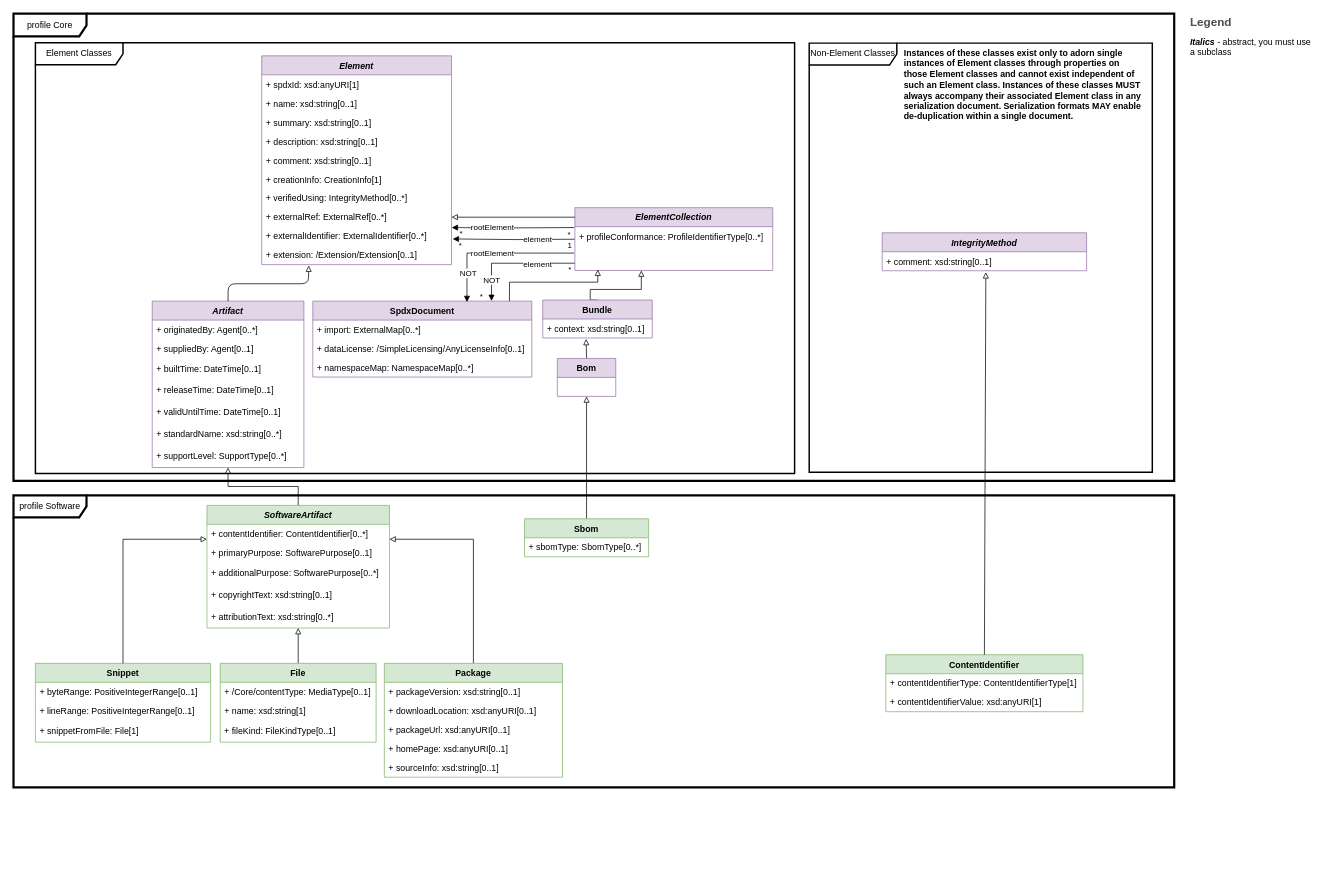
The draw.io diagram page "Software" (3 of 11) of model.drawio in spdx/spdx-3-model, before the edit. Source tidied: cells renumbered, new cells numbered last; positions are measured from the earlier drawing's top-left corner, leaving out a move shared by most shapes. Both pictures are drawn from the tidied source at 73%, with x=0, y=0 at pixel (13, 13).
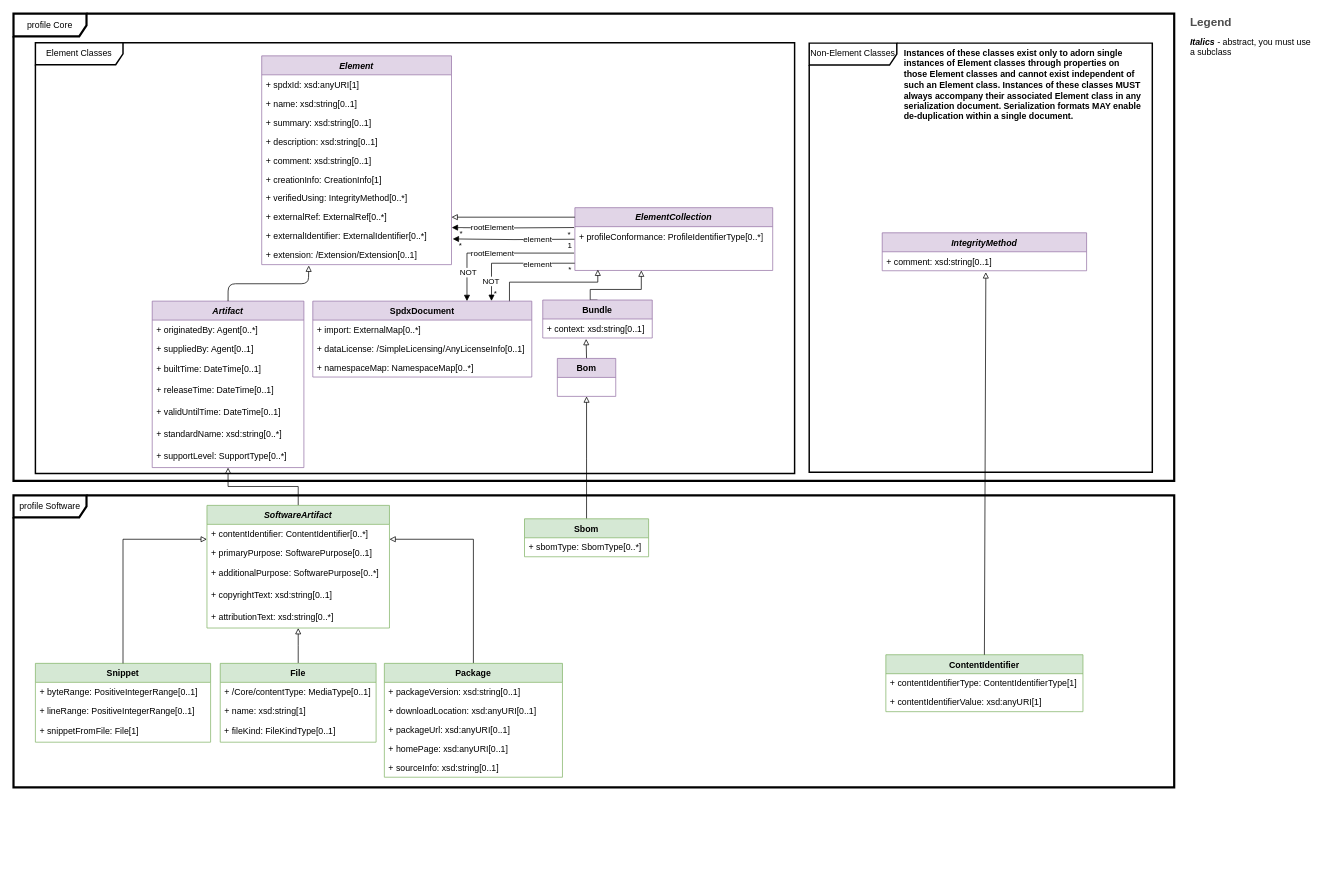
The same page after the edit.

Unchanged cells that the change refers to:
```xml
<mxCell id="26" value="&lt;font color=&quot;#000000&quot;&gt;&amp;nbsp;&lt;/font&gt;" style="text;strokeColor=none;fillColor=none;align=left;verticalAlign=middle;spacingLeft=4;spacingRight=4;overflow=hidden;points=[[0,0.5],[1,0.5]];portConstraint=eastwest;whiteSpace=wrap;html=1;fontColor=#FF0000;" parent="24" vertex="1">
  <mxGeometry y="56" width="271" height="30" as="geometry" />
</mxCell>
<mxCell id="66" value="SpdxDocument" style="swimlane;fontStyle=1;horizontal=1;startSize=26;fillColor=#e1d5e7;strokeColor=#9673a6;" parent="1" vertex="1">
  <mxGeometry x="410" y="394" width="300" height="104" as="geometry" />
</mxCell>
```

What changed in the source:
```diff
@@
-    <mxCell id="78" style="edgeStyle=orthogonalEdgeStyle;rounded=0;jettySize=auto;html=1;endArrow=block;endFill=1;entryX=0.704;entryY=0.013;entryDx=0;entryDy=0;entryPerimeter=0;exitX=-0.004;exitY=0.207;exitDx=0;exitDy=0;exitPerimeter=0;" parent="1" edge="1" source="26" target="66">
+    <mxCell id="78" style="edgeStyle=orthogonalEdgeStyle;rounded=0;jettySize=auto;html=1;endArrow=block;endFill=1;exitX=-0.004;exitY=0.207;exitDx=0;exitDy=0;exitPerimeter=0;entryX=0.704;entryY=0;entryDx=0;entryDy=0;entryPerimeter=0;" parent="1" edge="1" source="26" target="66">
       <mxGeometry relative="1" as="geometry">
         <Array as="points">
           <mxPoint x="621" y="328" />
         </Array>
       </mxGeometry>
     </mxCell>
@@
-    <mxCell id="81" value="NOT" style="edgeStyle=orthogonalEdgeStyle;rounded=0;jettySize=auto;html=1;endArrow=block;endFill=1;entryX=0.816;entryY=-0.002;entryDx=0;entryDy=0;entryPerimeter=0;exitX=-0.001;exitY=0.669;exitDx=0;exitDy=0;exitPerimeter=0;" parent="1" edge="1" source="26" target="66">
+    <mxCell id="81" style="edgeStyle=orthogonalEdgeStyle;rounded=0;jettySize=auto;html=1;endArrow=block;endFill=1;entryX=0.816;entryY=-0.002;entryDx=0;entryDy=0;entryPerimeter=0;exitX=-0.001;exitY=0.669;exitDx=0;exitDy=0;exitPerimeter=0;" parent="1" edge="1" source="26" target="66">
       <mxGeometry x="0.66" relative="1" as="geometry">
         <Array as="points">
           <mxPoint x="655" y="342" />
         </Array>
       </mxGeometry>
     </mxCell>
     <mxCell id="82" value="*" style="edgeLabel;html=1;align=center;verticalAlign=middle;labelBackgroundColor=none;" parent="81" vertex="1">
       <mxGeometry x="0.79" y="-3" relative="1" as="geometry">
-        <mxPoint x="-11.2" y="10.4" as="offset" />
+        <mxPoint x="8" y="7" as="offset" />
       </mxGeometry>
     </mxCell>
@@
+    <mxCell id="93" value="NOT" style="edgeLabel;html=1;align=center;verticalAlign=middle;" parent="81" vertex="1">
+      <mxGeometry x="0.64" y="-1" relative="1" as="geometry">
+        <mxPoint y="2" as="offset" />
+      </mxGeometry>
+    </mxCell>
```
